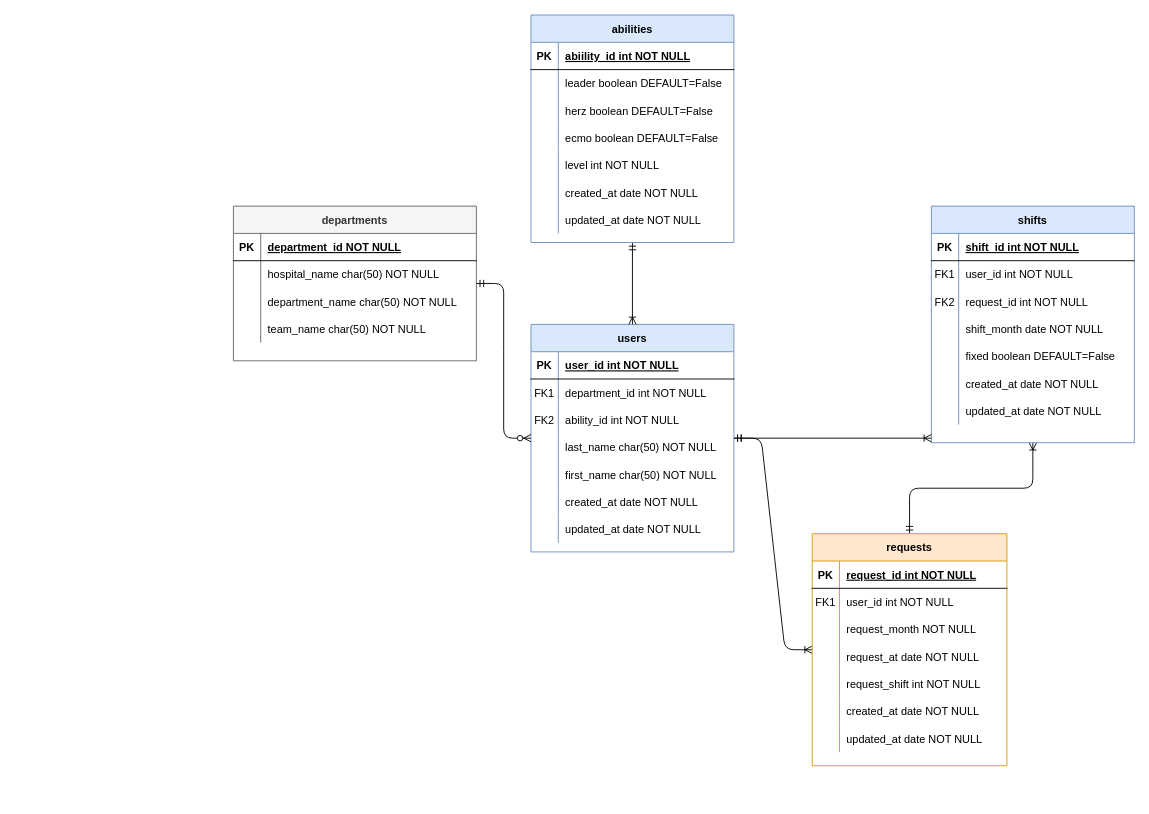
This is database_schema.drawio from yktt-nuane/shiftmaking-past, a draw.io file, before an edit. Source tidied: cells renumbered, new cells numbered last; positions are measured from the earlier drawing's top-left corner, leaving out a move shared by most shapes. Both pictures are drawn from the tidied source at 91%, with x=0, y=0 at pixel (233, 15).
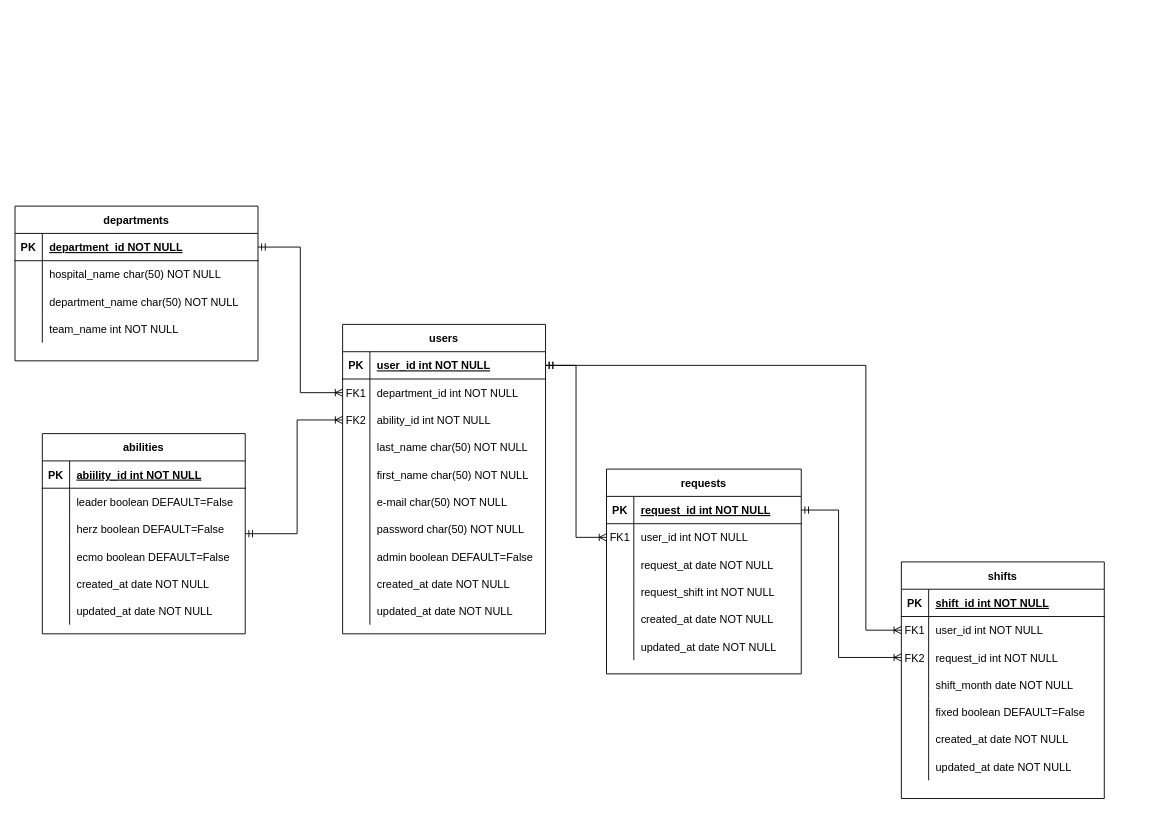
After the change.

The change refers to these unchanged cells:
```xml
<mxCell id="5" style="shape=partialRectangle;fillColor=none;points=[[0,0.5],[1,0.5]];portConstraint=eastwest;top=0;left=0;right=0;bottom=1;" parent="4" vertex="1">
  <mxGeometry y="30" width="214" height="30" as="geometry" />
</mxCell>
<mxCell id="8" style="shape=partialRectangle;fillColor=none;points=[[0,0.5],[1,0.5]];portConstraint=eastwest;top=0;left=0;right=0;bottom=0;" parent="4" vertex="1">
  <mxGeometry y="60" width="214" height="30" as="geometry" />
</mxCell>
<mxCell id="27" style="shape=partialRectangle;fillColor=none;points=[[0,0.5],[1,0.5]];portConstraint=eastwest;top=0;left=0;right=0;bottom=1;" parent="26" vertex="1">
  <mxGeometry y="30" width="223" height="30" as="geometry" />
</mxCell>
<mxCell id="30" style="shape=partialRectangle;fillColor=none;points=[[0,0.5],[1,0.5]];portConstraint=eastwest;top=0;left=0;right=0;bottom=0;" parent="26" vertex="1">
  <mxGeometry y="60" width="223" height="30" as="geometry" />
</mxCell>
<mxCell id="33" style="shape=partialRectangle;fillColor=none;points=[[0,0.5],[1,0.5]];portConstraint=eastwest;top=0;left=0;right=0;bottom=0;" parent="26" vertex="1">
  <mxGeometry y="90" width="223" height="30" as="geometry" />
</mxCell>
<mxCell id="49" style="shape=tableRow;horizontal=0;startSize=0;swimlaneHead=0;swimlaneBody=0;fillColor=none;points=[[0,0.5],[1,0.5]];portConstraint=eastwest;top=0;left=0;right=0;bottom=1;swimlaneLine=1;" parent="48" vertex="1">
  <mxGeometry y="30" width="267" height="30" as="geometry" />
</mxCell>
<mxCell id="58" style="shape=tableRow;horizontal=0;startSize=0;swimlaneHead=0;swimlaneBody=0;fillColor=none;top=0;left=0;right=0;bottom=0;" parent="48" vertex="1">
  <mxGeometry y="120" width="267" height="30" as="geometry" />
</mxCell>
<mxCell id="66" style="shape=partialRectangle;fillColor=none;points=[[0,0.5],[1,0.5]];portConstraint=eastwest;top=0;left=0;right=0;bottom=0;" parent="62" vertex="1">
  <mxGeometry y="60" width="223" height="30" as="geometry" />
</mxCell>
<mxCell id="69" style="shape=partialRectangle;fillColor=none;points=[[0,0.5],[1,0.5]];portConstraint=eastwest;top=0;left=0;right=0;bottom=0;" parent="62" vertex="1">
  <mxGeometry y="90" width="223" height="30" as="geometry" />
</mxCell>
```

What changed in the source:
```diff
@@
-    <mxCell id="2" style="edgeStyle=entityRelationEdgeStyle;endArrow=ERoneToMany;startArrow=ERmandOne;endFill=0;startFill=0;rounded=1;" parent="1" edge="1" source="26" target="4">
-      <mxGeometry relative="1" as="geometry" />
-    </mxCell>
-    <mxCell id="3" style="edgeStyle=orthogonalEdgeStyle;rounded=1;jettySize=auto;html=1;startArrow=ERmandOne;startFill=0;endArrow=ERoneToMany;endFill=0;" parent="1" edge="1" source="4" target="62">
-      <mxGeometry relative="1" as="geometry" />
-    </mxCell>
-    <mxCell id="4" value="requests" style="shape=table;startSize=30;childLayout=tableLayout;rowLines=0;fontStyle=1;align=center;fillColor=#ffe6cc;strokeColor=#d79b00;" parent="1" vertex="1">
-      <mxGeometry x="636" y="570" width="214" height="255" as="geometry" />
+    <mxCell id="4" value="requests" style="shape=table;startSize=30;childLayout=tableLayout;rowLines=0;fontStyle=1;align=center;" parent="1" vertex="1">
+      <mxGeometry x="410" y="499" width="214" height="225" as="geometry" />
     </mxCell>
@@
-    <mxCell id="11" style="shape=partialRectangle;fillColor=none;top=0;left=0;right=0;bottom=0;" parent="4" vertex="1">
-      <mxGeometry y="90" width="214" height="30" as="geometry" />
-    </mxCell>
-    <mxCell id="12" style="shape=partialRectangle;overflow=hidden;fillColor=none;top=0;left=0;bottom=0;right=0;" parent="11" vertex="1">
-      <mxGeometry width="30" height="30" as="geometry" />
-    </mxCell>
-    <mxCell id="13" value="request_month NOT NULL" style="shape=partialRectangle;overflow=hidden;fillColor=none;top=0;left=0;bottom=0;right=0;align=left;spacingLeft=6;" parent="11" vertex="1">
-      <mxGeometry x="30" width="184" height="30" as="geometry" />
-    </mxCell>
     <mxCell id="14" style="shape=partialRectangle;fillColor=none;top=0;left=0;right=0;bottom=0;" parent="4" vertex="1">
-      <mxGeometry y="120" width="214" height="30" as="geometry" />
+      <mxGeometry y="90" width="214" height="30" as="geometry" />
     </mxCell>
@@
     <mxCell id="17" style="shape=partialRectangle;fillColor=none;top=0;left=0;right=0;bottom=0;" parent="4" vertex="1">
-      <mxGeometry y="150" width="214" height="30" as="geometry" />
+      <mxGeometry y="120" width="214" height="30" as="geometry" />
     </mxCell>
@@
     <mxCell id="20" style="shape=partialRectangle;fillColor=none;top=0;left=0;right=0;bottom=0;" parent="4" vertex="1">
-      <mxGeometry y="180" width="214" height="30" as="geometry" />
+      <mxGeometry y="150" width="214" height="30" as="geometry" />
     </mxCell>
@@
     <mxCell id="23" style="shape=partialRectangle;fillColor=none;top=0;left=0;right=0;bottom=0;" parent="4" vertex="1">
-      <mxGeometry y="210" width="214" height="30" as="geometry" />
+      <mxGeometry y="180" width="214" height="30" as="geometry" />
     </mxCell>
@@
-    <mxCell id="26" value="users" style="shape=table;startSize=30;childLayout=tableLayout;rowLines=0;fontStyle=1;align=center;fillColor=#dae8fc;strokeColor=#6c8ebf;" parent="1" vertex="1">
-      <mxGeometry x="327" y="340" width="223" height="250" as="geometry" />
+    <mxCell id="26" value="users" style="shape=table;startSize=30;childLayout=tableLayout;rowLines=0;fontStyle=1;align=center;" parent="1" vertex="1">
+      <mxGeometry x="120" y="340" width="223" height="340" as="geometry" />
     </mxCell>
@@
+    <mxCell id="108" style="shape=partialRectangle;fillColor=none;top=0;left=0;right=0;bottom=0;" parent="26" vertex="1">
+      <mxGeometry y="180" width="223" height="30" as="geometry" />
+    </mxCell>
+    <mxCell id="109" style="shape=partialRectangle;overflow=hidden;fillColor=none;top=0;left=0;bottom=0;right=0;" parent="108" vertex="1">
+      <mxGeometry width="30" height="30" as="geometry" />
+    </mxCell>
+    <mxCell id="110" value="e-mail char(50) NOT NULL" style="shape=partialRectangle;overflow=hidden;fillColor=none;top=0;left=0;bottom=0;right=0;align=left;spacingLeft=6;" parent="108" vertex="1">
+      <mxGeometry x="30" width="193" height="30" as="geometry" />
+    </mxCell>
+    <mxCell id="111" style="shape=partialRectangle;fillColor=none;top=0;left=0;right=0;bottom=0;" parent="26" vertex="1">
+      <mxGeometry y="210" width="223" height="30" as="geometry" />
+    </mxCell>
+    <mxCell id="112" style="shape=partialRectangle;overflow=hidden;fillColor=none;top=0;left=0;bottom=0;right=0;" parent="111" vertex="1">
+      <mxGeometry width="30" height="30" as="geometry" />
+    </mxCell>
+    <mxCell id="113" value="password char(50) NOT NULL" style="shape=partialRectangle;overflow=hidden;fillColor=none;top=0;left=0;bottom=0;right=0;align=left;spacingLeft=6;" parent="111" vertex="1">
+      <mxGeometry x="30" width="193" height="30" as="geometry" />
+    </mxCell>
+    <mxCell id="114" style="shape=partialRectangle;fillColor=none;top=0;left=0;right=0;bottom=0;" parent="26" vertex="1">
+      <mxGeometry y="240" width="223" height="30" as="geometry" />
+    </mxCell>
+    <mxCell id="115" style="shape=partialRectangle;overflow=hidden;fillColor=none;top=0;left=0;bottom=0;right=0;" parent="114" vertex="1">
+      <mxGeometry width="30" height="30" as="geometry" />
+    </mxCell>
+    <mxCell id="116" value="admin boolean DEFAULT=False" style="shape=partialRectangle;overflow=hidden;fillColor=none;top=0;left=0;bottom=0;right=0;align=left;spacingLeft=6;" parent="114" vertex="1">
+      <mxGeometry x="30" width="193" height="30" as="geometry" />
+    </mxCell>
     <mxCell id="42" style="shape=partialRectangle;fillColor=none;top=0;left=0;right=0;bottom=0;" parent="26" vertex="1">
-      <mxGeometry y="180" width="223" height="30" as="geometry" />
+      <mxGeometry y="270" width="223" height="30" as="geometry" />
     </mxCell>
@@
     <mxCell id="45" style="shape=partialRectangle;fillColor=none;top=0;left=0;right=0;bottom=0;" parent="26" vertex="1">
-      <mxGeometry y="210" width="223" height="30" as="geometry" />
+      <mxGeometry y="300" width="223" height="30" as="geometry" />
     </mxCell>
@@
-    <mxCell id="48" value="departments" style="shape=table;startSize=30;childLayout=tableLayout;rowLines=0;fontStyle=1;align=center;fillColor=#f5f5f5;fontColor=#333333;strokeColor=#666666;" parent="1" vertex="1">
-      <mxGeometry y="210" width="267" height="170" as="geometry" />
+    <mxCell id="48" value="departments" style="shape=table;startSize=30;childLayout=tableLayout;rowLines=0;fontStyle=1;align=center;" parent="1" vertex="1">
+      <mxGeometry x="-240" y="210" width="267" height="170" as="geometry" />
     </mxCell>
@@
-    <mxCell id="60" value="team_name char(50) NOT NULL" style="shape=partialRectangle;fillColor=none;top=0;left=0;bottom=0;right=0;align=left;spacingLeft=6;overflow=hidden;" parent="58" vertex="1">
+    <mxCell id="60" value="team_name int NOT NULL" style="shape=partialRectangle;fillColor=none;top=0;left=0;bottom=0;right=0;align=left;spacingLeft=6;overflow=hidden;" parent="58" vertex="1">
       <mxGeometry x="30" width="237" height="30" as="geometry" />
     </mxCell>
-    <mxCell id="61" style="edgeStyle=entityRelationEdgeStyle;endArrow=ERzeroToMany;startArrow=ERmandOne;endFill=1;startFill=0;rounded=1;" parent="1" edge="1" source="48" target="26">
-      <mxGeometry relative="1" as="geometry" />
-    </mxCell>
-    <mxCell id="62" value="shifts" style="shape=table;startSize=30;childLayout=tableLayout;rowLines=0;fontStyle=1;align=center;fillColor=#dae8fc;strokeColor=#6c8ebf;" parent="1" vertex="1">
-      <mxGeometry x="767" y="210" width="223" height="260" as="geometry" />
+    <mxCell id="62" value="shifts" style="shape=table;startSize=30;childLayout=tableLayout;rowLines=0;fontStyle=1;align=center;" parent="1" vertex="1">
+      <mxGeometry x="734" y="601" width="223" height="260" as="geometry" />
     </mxCell>
@@
-    <mxCell id="84" style="edgeStyle=orthogonalEdgeStyle;rounded=1;jettySize=auto;html=1;startArrow=ERmandOne;startFill=0;endArrow=ERoneToMany;endFill=0;" parent="1" edge="1" source="26" target="62">
-      <mxGeometry relative="1" as="geometry">
-        <Array as="points">
-          <mxPoint x="937" y="385" />
-          <mxPoint x="937" y="385" />
-        </Array>
-      </mxGeometry>
-    </mxCell>
-    <mxCell id="85" style="edgeStyle=orthogonalEdgeStyle;rounded=0;jettySize=auto;html=1;endArrow=ERoneToMany;endFill=0;startArrow=ERmandOne;startFill=0;" parent="1" edge="1" source="86" target="26">
-      <mxGeometry relative="1" as="geometry" />
+    <mxCell id="85" style="edgeStyle=orthogonalEdgeStyle;rounded=0;jettySize=auto;html=1;endArrow=ERoneToMany;endFill=0;startArrow=ERmandOne;startFill=0;entryX=0;entryY=0.5;entryDx=0;entryDy=0;" parent="1" edge="1" source="86" target="33">
+      <mxGeometry relative="1" as="geometry">
+        <Array as="points">
+          <mxPoint x="70" y="570" />
+          <mxPoint x="70" y="445" />
+        </Array>
+      </mxGeometry>
     </mxCell>
-    <mxCell id="86" value="abilities" style="shape=table;startSize=30;childLayout=tableLayout;rowLines=0;fontStyle=1;align=center;fillColor=#dae8fc;strokeColor=#6c8ebf;" parent="1" vertex="1">
-      <mxGeometry x="327" width="223" height="250" as="geometry" />
+    <mxCell id="86" value="abilities" style="shape=table;startSize=30;childLayout=tableLayout;rowLines=0;fontStyle=1;align=center;" parent="1" vertex="1">
+      <mxGeometry x="-210" y="460" width="223" height="220" as="geometry" />
     </mxCell>
@@
-    <mxCell id="99" style="shape=partialRectangle;fillColor=none;top=0;left=0;right=0;bottom=0;" parent="86" vertex="1">
-      <mxGeometry y="150" width="223" height="30" as="geometry" />
-    </mxCell>
-    <mxCell id="100" style="shape=partialRectangle;overflow=hidden;fillColor=none;top=0;left=0;bottom=0;right=0;" parent="99" vertex="1">
-      <mxGeometry width="30" height="30" as="geometry" />
-    </mxCell>
-    <mxCell id="101" value="level int NOT NULL" style="shape=partialRectangle;overflow=hidden;fillColor=none;top=0;left=0;bottom=0;right=0;align=left;spacingLeft=6;" parent="99" vertex="1">
-      <mxGeometry x="30" width="193" height="30" as="geometry" />
-    </mxCell>
     <mxCell id="102" style="shape=partialRectangle;fillColor=none;top=0;left=0;right=0;bottom=0;" parent="86" vertex="1">
-      <mxGeometry y="180" width="223" height="30" as="geometry" />
+      <mxGeometry y="150" width="223" height="30" as="geometry" />
     </mxCell>
@@
     <mxCell id="105" style="shape=partialRectangle;fillColor=none;top=0;left=0;right=0;bottom=0;" parent="86" vertex="1">
-      <mxGeometry y="210" width="223" height="30" as="geometry" />
+      <mxGeometry y="180" width="223" height="30" as="geometry" />
     </mxCell>
@@
+    <mxCell id="117" style="edgeStyle=orthogonalEdgeStyle;rounded=0;jettySize=auto;html=1;endArrow=ERoneToMany;endFill=0;startArrow=ERmandOne;startFill=0;entryX=0;entryY=0.5;entryDx=0;entryDy=0;exitX=1;exitY=0.5;exitDx=0;exitDy=0;" parent="1" edge="1" source="49" target="30">
+      <mxGeometry relative="1" as="geometry" />
+    </mxCell>
+    <mxCell id="118" style="edgeStyle=orthogonalEdgeStyle;rounded=0;jettySize=auto;html=1;endArrow=ERoneToMany;endFill=0;startArrow=ERmandOne;startFill=0;entryX=0;entryY=0.5;entryDx=0;entryDy=0;exitX=1;exitY=0.5;exitDx=0;exitDy=0;" parent="1" edge="1" source="27" target="66">
+      <mxGeometry relative="1" as="geometry">
+        <Array as="points">
+          <mxPoint x="695" y="385" />
+          <mxPoint x="695" y="676" />
+        </Array>
+      </mxGeometry>
+    </mxCell>
+    <mxCell id="119" style="edgeStyle=orthogonalEdgeStyle;rounded=0;jettySize=auto;html=1;endArrow=ERoneToMany;endFill=0;startArrow=ERmandOne;startFill=0;entryX=0;entryY=0.5;entryDx=0;entryDy=0;" parent="1" edge="1" source="27" target="8">
+      <mxGeometry relative="1" as="geometry" />
+    </mxCell>
+    <mxCell id="120" style="edgeStyle=orthogonalEdgeStyle;rounded=0;jettySize=auto;html=1;endArrow=ERoneToMany;endFill=0;startArrow=ERmandOne;startFill=0;exitX=1;exitY=0.5;exitDx=0;exitDy=0;entryX=0;entryY=0.5;entryDx=0;entryDy=0;" parent="1" edge="1" source="5" target="69">
+      <mxGeometry relative="1" as="geometry">
+        <Array as="points">
+          <mxPoint x="665" y="544" />
+          <mxPoint x="665" y="706" />
+        </Array>
+      </mxGeometry>
+    </mxCell>
```
